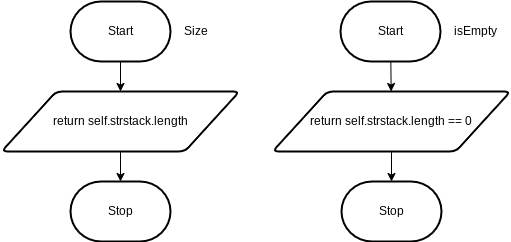
Samuel-Webster-178/ICS4U-Unit2-Samuel-Webster keeps this draw.io diagram as Unit2-04/Design/flowchart.png. Above is the earlier version. Source tidied: cells renumbered, new cells last; positions are measured from the earlier drawing's top-left corner, leaving out a move shared by most shapes. Source of this version:
```xml
<mxGraphModel>
  <root>
    <mxCell id="0" />
    <mxCell id="1" parent="0" />
    <mxCell id="2" style="edgeStyle=orthogonalEdgeStyle;shape=connector;rounded=0;html=1;labelBackgroundColor=default;strokeColor=default;fontFamily=Helvetica;fontSize=11;fontColor=default;endArrow=classic;" parent="1" edge="1" source="3">
      <mxGeometry relative="1" as="geometry">
        <mxPoint x="119" y="90" as="targetPoint" />
      </mxGeometry>
    </mxCell>
    <mxCell id="3" value="Start" style="strokeWidth=2;html=1;shape=mxgraph.flowchart.terminator;whiteSpace=wrap;" parent="1" vertex="1">
      <mxGeometry x="69" width="100" height="60" as="geometry" />
    </mxCell>
    <mxCell id="4" value="Size" style="text;html=1;align=center;verticalAlign=middle;strokeColor=none;fillColor=none;" parent="1" vertex="1">
      <mxGeometry x="169" y="15" width="50" height="30" as="geometry" />
    </mxCell>
    <mxCell id="5" style="edgeStyle=none;html=1;" parent="1" edge="1" target="6">
      <mxGeometry relative="1" as="geometry">
        <mxPoint x="119" y="150" as="sourcePoint" />
      </mxGeometry>
    </mxCell>
    <mxCell id="6" value="Stop" style="strokeWidth=2;html=1;shape=mxgraph.flowchart.terminator;whiteSpace=wrap;" parent="1" vertex="1">
      <mxGeometry x="69" y="180" width="100" height="60" as="geometry" />
    </mxCell>
    <mxCell id="7" value="&lt;div style=&quot;color: rgb(59, 59, 59); background-color: rgb(255, 255, 255); font-family: Consolas, &amp;quot;Courier New&amp;quot;, monospace; font-weight: normal; font-size: 14px; line-height: 19px;&quot;&gt;&lt;br&gt;&lt;/div&gt;" style="text;whiteSpace=wrap;html=1;" parent="1" vertex="1">
      <mxGeometry x="349" y="60" width="160" height="40" as="geometry" />
    </mxCell>
    <mxCell id="8" value="isEmpty" style="text;html=1;align=center;verticalAlign=middle;strokeColor=none;fillColor=none;" parent="1" vertex="1">
      <mxGeometry x="439" y="15" width="70" height="30" as="geometry" />
    </mxCell>
    <mxCell id="9" style="edgeStyle=none;html=1;" parent="1" edge="1" source="10" target="12">
      <mxGeometry relative="1" as="geometry" />
    </mxCell>
    <mxCell id="10" value="Start" style="strokeWidth=2;html=1;shape=mxgraph.flowchart.terminator;whiteSpace=wrap;" parent="1" vertex="1">
      <mxGeometry x="339" width="100" height="60" as="geometry" />
    </mxCell>
    <mxCell id="11" style="edgeStyle=none;html=1;" parent="1" edge="1" source="12" target="14">
      <mxGeometry relative="1" as="geometry" />
    </mxCell>
    <mxCell id="12" value="return self.strstack.length == 0" style="shape=parallelogram;html=1;strokeWidth=2;perimeter=parallelogramPerimeter;whiteSpace=wrap;rounded=1;arcSize=12;size=0.23;" parent="1" vertex="1">
      <mxGeometry x="271" y="90" width="238" height="60" as="geometry" />
    </mxCell>
    <mxCell id="13" value="return self.strstack.length" style="shape=parallelogram;html=1;strokeWidth=2;perimeter=parallelogramPerimeter;whiteSpace=wrap;rounded=1;arcSize=12;size=0.23;" parent="1" vertex="1">
      <mxGeometry y="90" width="238" height="60" as="geometry" />
    </mxCell>
    <mxCell id="14" value="Stop" style="strokeWidth=2;html=1;shape=mxgraph.flowchart.terminator;whiteSpace=wrap;" parent="1" vertex="1">
      <mxGeometry x="340" y="180" width="100" height="60" as="geometry" />
    </mxCell>
  </root>
</mxGraphModel>
```
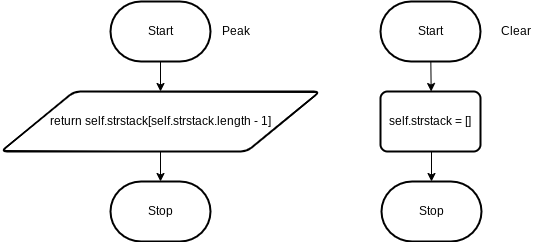
The same file after the commit.

Change to the diagram source:
```diff
@@ -10,7 +10,7 @@
     <mxCell id="3" value="Start" style="strokeWidth=2;html=1;shape=mxgraph.flowchart.terminator;whiteSpace=wrap;" parent="1" vertex="1">
       <mxGeometry x="69" width="100" height="60" as="geometry" />
     </mxCell>
-    <mxCell id="4" value="Size" style="text;html=1;align=center;verticalAlign=middle;strokeColor=none;fillColor=none;" parent="1" vertex="1">
+    <mxCell id="4" value="Peak" style="text;html=1;align=center;verticalAlign=middle;strokeColor=none;fillColor=none;" parent="1" vertex="1">
       <mxGeometry x="169" y="15" width="50" height="30" as="geometry" />
     </mxCell>
     <mxCell id="5" style="edgeStyle=none;html=1;" parent="1" edge="1" target="6">
@@ -24,26 +24,30 @@
     <mxCell id="7" value="&lt;div style=&quot;color: rgb(59, 59, 59); background-color: rgb(255, 255, 255); font-family: Consolas, &amp;quot;Courier New&amp;quot;, monospace; font-weight: normal; font-size: 14px; line-height: 19px;&quot;&gt;&lt;br&gt;&lt;/div&gt;" style="text;whiteSpace=wrap;html=1;" parent="1" vertex="1">
       <mxGeometry x="349" y="60" width="160" height="40" as="geometry" />
     </mxCell>
-    <mxCell id="8" value="isEmpty" style="text;html=1;align=center;verticalAlign=middle;strokeColor=none;fillColor=none;" parent="1" vertex="1">
-      <mxGeometry x="439" y="15" width="70" height="30" as="geometry" />
+    <mxCell id="8" value="Clear" style="text;html=1;align=center;verticalAlign=middle;strokeColor=none;fillColor=none;" parent="1" vertex="1">
+      <mxGeometry x="449" y="15" width="50" height="30" as="geometry" />
     </mxCell>
-    <mxCell id="9" style="edgeStyle=none;html=1;" parent="1" edge="1" source="10" target="12">
-      <mxGeometry relative="1" as="geometry" />
+    <mxCell id="9" style="edgeStyle=none;html=1;" parent="1" edge="1" source="10">
+      <mxGeometry relative="1" as="geometry">
+        <mxPoint x="389.7" y="90" as="targetPoint" />
+      </mxGeometry>
     </mxCell>
     <mxCell id="10" value="Start" style="strokeWidth=2;html=1;shape=mxgraph.flowchart.terminator;whiteSpace=wrap;" parent="1" vertex="1">
       <mxGeometry x="339" width="100" height="60" as="geometry" />
     </mxCell>
-    <mxCell id="11" style="edgeStyle=none;html=1;" parent="1" edge="1" source="12" target="14">
-      <mxGeometry relative="1" as="geometry" />
+    <mxCell id="11" style="edgeStyle=none;html=1;" parent="1" edge="1" target="14">
+      <mxGeometry relative="1" as="geometry">
+        <mxPoint x="390" y="150" as="sourcePoint" />
+      </mxGeometry>
     </mxCell>
-    <mxCell id="12" value="return self.strstack.length == 0" style="shape=parallelogram;html=1;strokeWidth=2;perimeter=parallelogramPerimeter;whiteSpace=wrap;rounded=1;arcSize=12;size=0.23;" parent="1" vertex="1">
-      <mxGeometry x="271" y="90" width="238" height="60" as="geometry" />
-    </mxCell>
-    <mxCell id="13" value="return self.strstack.length" style="shape=parallelogram;html=1;strokeWidth=2;perimeter=parallelogramPerimeter;whiteSpace=wrap;rounded=1;arcSize=12;size=0.23;" parent="1" vertex="1">
-      <mxGeometry y="90" width="238" height="60" as="geometry" />
+    <mxCell id="13" value="return self.strstack[self.strstack.length - 1]" style="shape=parallelogram;html=1;strokeWidth=2;perimeter=parallelogramPerimeter;whiteSpace=wrap;rounded=1;arcSize=12;size=0.23;" parent="1" vertex="1">
+      <mxGeometry x="-40.5" y="90" width="319" height="60" as="geometry" />
     </mxCell>
     <mxCell id="14" value="Stop" style="strokeWidth=2;html=1;shape=mxgraph.flowchart.terminator;whiteSpace=wrap;" parent="1" vertex="1">
       <mxGeometry x="340" y="180" width="100" height="60" as="geometry" />
     </mxCell>
+    <mxCell id="15" value="self.strstack = []" style="rounded=1;whiteSpace=wrap;html=1;absoluteArcSize=1;arcSize=14;strokeWidth=2;" parent="1" vertex="1">
+      <mxGeometry x="339" y="90" width="100" height="60" as="geometry" />
+    </mxCell>
   </root>
 </mxGraphModel>
```
